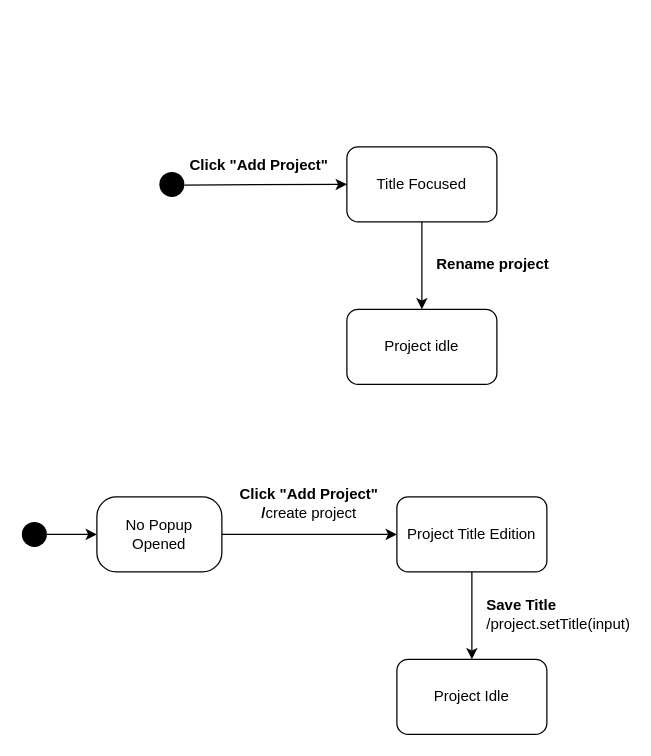
Above: docs/04_assignment/schema/01_create_project/01_state_machine.drawio in Jumaruba/jtimesched (draw.io), before the change. Source tidied: cells renumbered, new cells numbered last; positions are measured from the earlier drawing's top-left corner, leaving out a move shared by most shapes. Both pictures are drawn from the tidied source at 125%, with x=0, y=0 at pixel (21, 146).
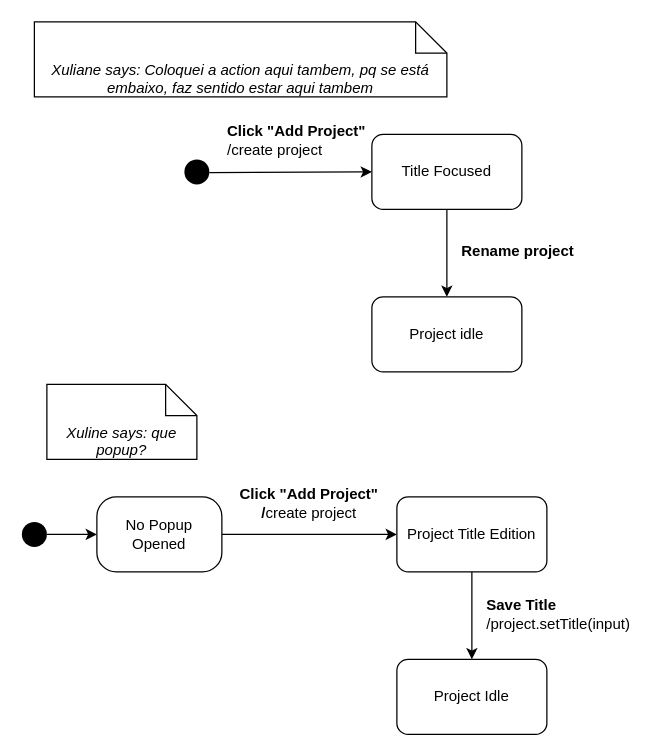
Above is the later version.

Commit message (it also covers changes not shown here):
add: reflections about diagrams

The edit, as a diff of the source:
```diff
@@
     <mxCell id="2" value="Title Focused" style="rounded=1;whiteSpace=wrap;html=1;" parent="1" vertex="1">
-      <mxGeometry x="260" width="120" height="60" as="geometry" />
+      <mxGeometry x="280" y="-10" width="120" height="60" as="geometry" />
     </mxCell>
@@
     <mxCell id="4" style="ellipse;fillColor=#000000;strokeColor=none;" parent="1" vertex="1">
-      <mxGeometry x="110" y="20" width="20" height="20" as="geometry" />
+      <mxGeometry x="130" y="10" width="20" height="20" as="geometry" />
     </mxCell>
-    <mxCell id="5" value="&lt;div style=&quot;text-align: left&quot;&gt;&lt;b&gt;Click &quot;Add Project&quot;&lt;/b&gt;&lt;/div&gt;" style="text;html=1;strokeColor=none;fillColor=none;align=center;verticalAlign=middle;whiteSpace=wrap;rounded=0;fontSize=12;" parent="1" vertex="1">
-      <mxGeometry x="130" width="120" height="30" as="geometry" />
+    <mxCell id="5" value="&lt;div style=&quot;text-align: left&quot;&gt;&lt;b&gt;Click &quot;Add Project&quot;&lt;/b&gt;&lt;br&gt;/create project&lt;/div&gt;" style="text;html=1;strokeColor=none;fillColor=none;align=center;verticalAlign=middle;whiteSpace=wrap;rounded=0;fontSize=12;" parent="1" vertex="1">
+      <mxGeometry x="160" y="-20" width="120" height="30" as="geometry" />
     </mxCell>
     <mxCell id="6" value="Project idle" style="rounded=1;whiteSpace=wrap;html=1;fontSize=12;" parent="1" vertex="1">
-      <mxGeometry x="260" y="130" width="120" height="60" as="geometry" />
+      <mxGeometry x="280" y="120" width="120" height="60" as="geometry" />
     </mxCell>
@@
+    <mxCell id="18" value="&lt;i&gt;Xuline says: que popup?&lt;/i&gt;" style="shape=note2;boundedLbl=1;whiteSpace=wrap;html=1;size=25;verticalAlign=top;align=center;" parent="1" vertex="1">
+      <mxGeometry x="20" y="190" width="120" height="60" as="geometry" />
+    </mxCell>
+    <mxCell id="19" value="&lt;i&gt;Xuliane says: Coloquei a action aqui tambem, pq se está embaixo, faz sentido estar aqui tambem&lt;/i&gt;" style="shape=note2;boundedLbl=1;whiteSpace=wrap;html=1;size=25;verticalAlign=top;align=center;" parent="1" vertex="1">
+      <mxGeometry x="10" y="-100" width="330" height="60" as="geometry" />
+    </mxCell>
```
